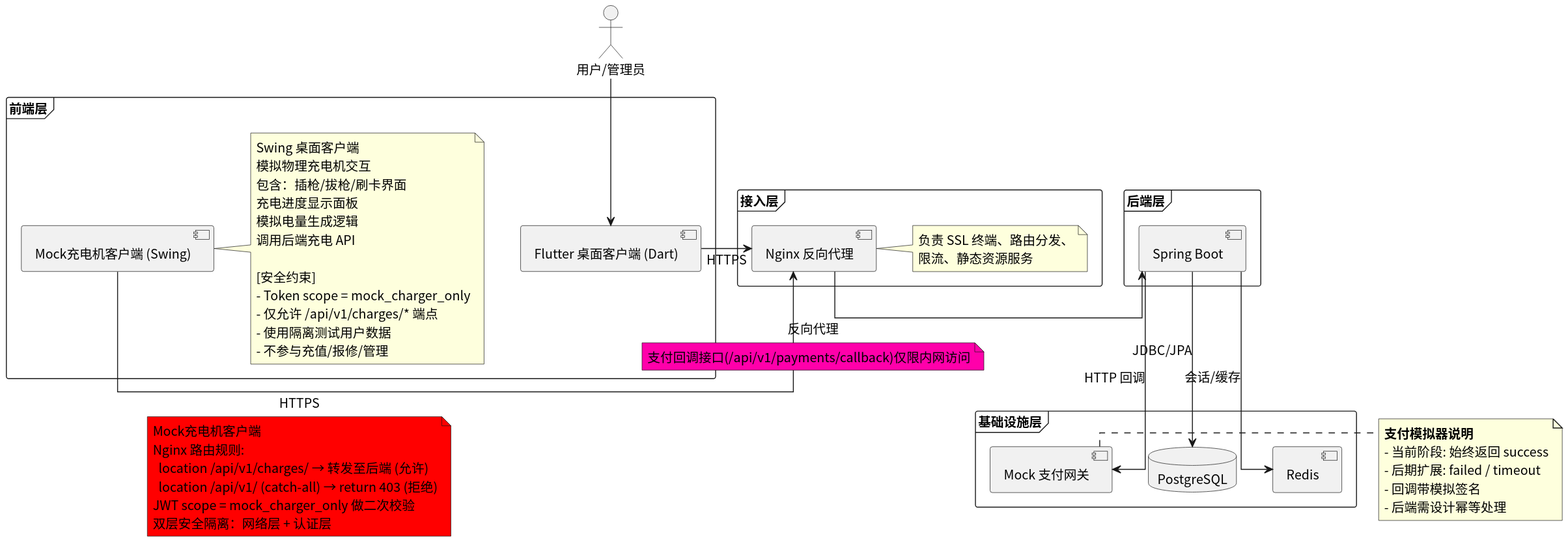
This is usecase/docs/containerd/img/deployment_overview.svg from greenhandzdl/charging-station-doc, a PlantUML export, as it was before one commit.
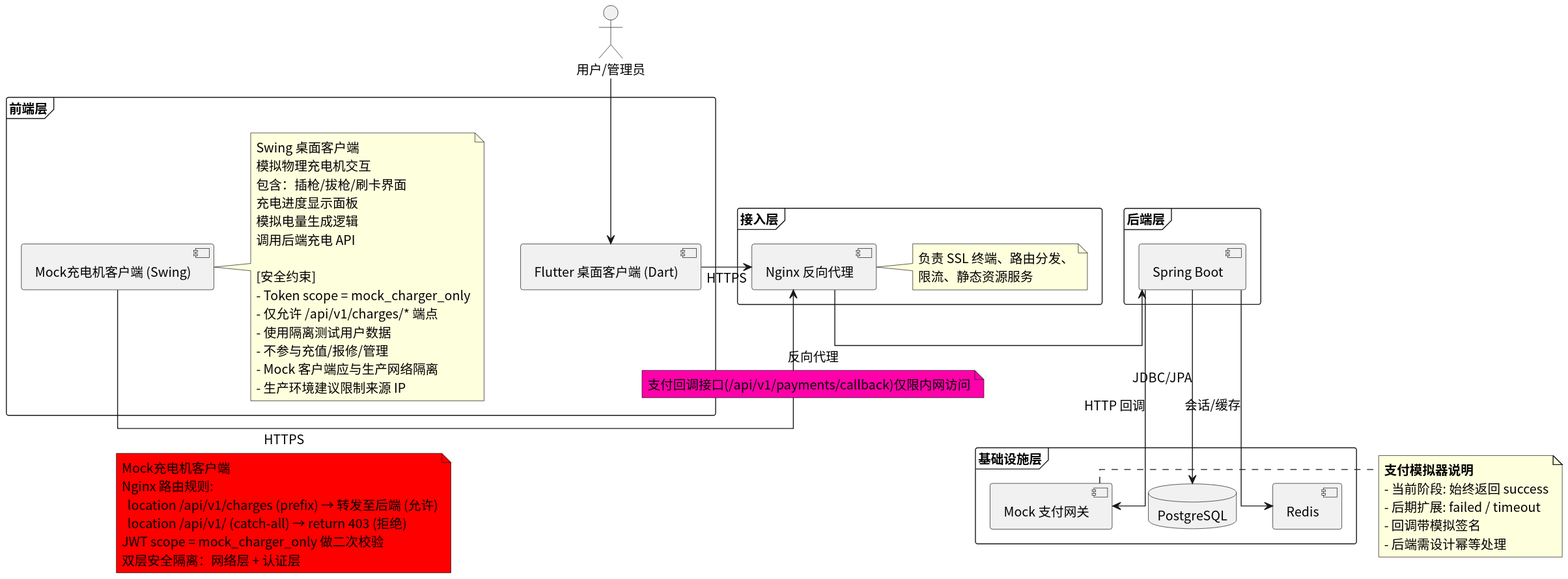
After the commit.

The edit, as a diff of the source:
```diff
@@ -21,6 +21,8 @@
     - 仅允许 /api/v1/charges/* 端点
     - 使用隔离测试用户数据
     - 不参与充值/报修/管理
+    - Mock 客户端应与生产网络隔离
+    - 生产环境建议限制来源 IP
   end note
 }
 
@@ -46,7 +48,7 @@
 FE -right-> NGX : HTTPS
 
 MC -right-> NGX : HTTPS
-note on link #f00: Mock充电机客户端\nNginx 路由规则:\n  location /api/v1/charges/ → 转发至后端 (允许)\n  location /api/v1/ (catch-all) → return 403 (拒绝)\nJWT scope = mock_charger_only 做二次校验\n双层安全隔离：网络层 + 认证层
+note on link #f00: Mock充电机客户端\nNginx 路由规则:\n  location /api/v1/charges (prefix) → 转发至后端 (允许)\n  location /api/v1/ (catch-all) → return 403 (拒绝)\nJWT scope = mock_charger_only 做二次校验\n双层安全隔离：网络层 + 认证层
 
 NGX -right-> BE : 反向代理
 note on link #f0a: 支付回调接口(/api/v1/payments/callback)仅限内网访问
```
